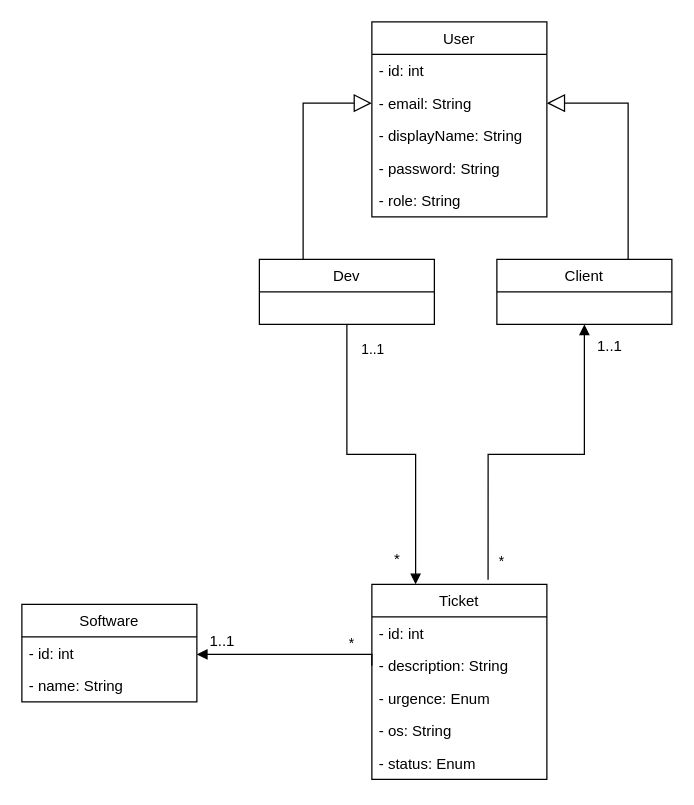
Before: devoir.drawio in neeejm/gest-tickets, a draw.io diagram. Source tidied: cells renumbered, new cells numbered last; positions are measured from the earlier drawing's top-left corner, leaving out a move shared by most shapes. Both pictures are drawn from the tidied source at 125%, with x=0, y=0 at pixel (21, 21).
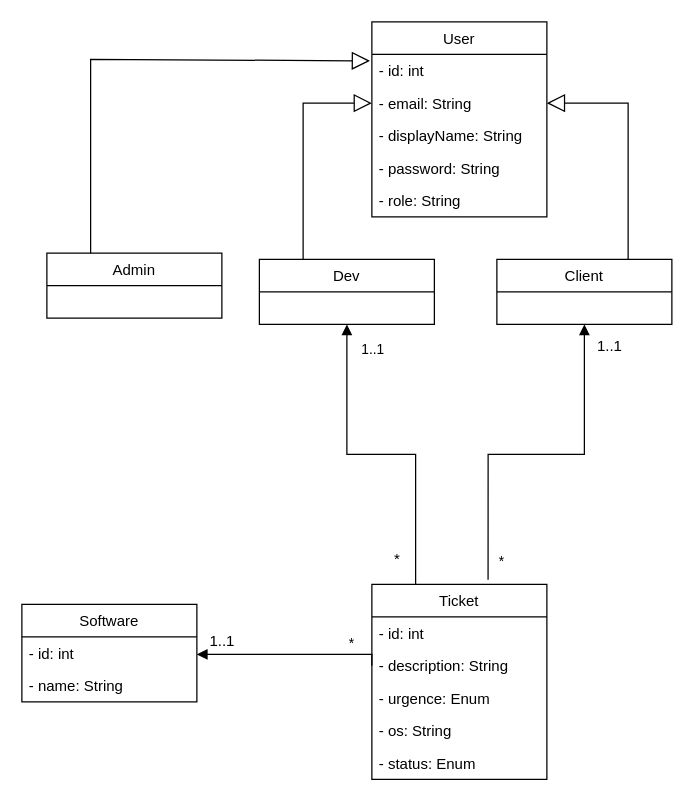
The same page after the edit.

The change refers to these unchanged cells:
```xml
<mxCell id="3" value="- id: int" style="text;strokeColor=none;fillColor=none;align=left;verticalAlign=top;spacingLeft=4;spacingRight=4;overflow=hidden;points=[[0,0.5],[1,0.5]];portConstraint=eastwest;" parent="2" vertex="1">
  <mxGeometry y="26" width="140" height="26" as="geometry" />
</mxCell>
<mxCell id="11" value="Ticket" style="swimlane;fontStyle=0;horizontal=1;startSize=26;fillColor=none;" parent="1" vertex="1">
  <mxGeometry x="280" y="450" width="140" height="156" as="geometry" />
</mxCell>
<mxCell id="20" value="Dev" style="swimlane;fontStyle=0;horizontal=1;startSize=26;fillColor=none;" parent="1" vertex="1">
  <mxGeometry x="190" y="190" width="140" height="52" as="geometry" />
</mxCell>
```

What changed in the source:
```diff
@@
-    <mxCell id="24" style="endArrow=block;endFill=1;html=1;edgeStyle=orthogonalEdgeStyle;align=left;verticalAlign=top;rounded=0;entryX=0.25;entryY=0;entryDx=0;entryDy=0;exitX=0.5;exitY=1;exitDx=0;exitDy=0;" parent="1" edge="1" source="20" target="11">
+    <mxCell id="24" style="endArrow=block;endFill=1;html=1;edgeStyle=orthogonalEdgeStyle;align=left;verticalAlign=top;rounded=0;entryX=0.5;entryY=1;entryDx=0;entryDy=0;exitX=0.25;exitY=0;exitDx=0;exitDy=0;" parent="1" edge="1" source="11" target="20">
       <mxGeometry x="-1" relative="1" as="geometry" />
     </mxCell>
     <mxCell id="25" value="1..1" style="edgeLabel;html=1;align=left;verticalAlign=bottom;" parent="24" vertex="1">
       <mxGeometry x="-1" relative="1" as="geometry">
-        <mxPoint x="10" y="28" as="offset" />
+        <mxPoint x="-45" y="-180" as="offset" />
       </mxGeometry>
     </mxCell>
@@
+    <mxCell id="30" value="Admin" style="swimlane;fontStyle=0;horizontal=1;startSize=26;fillColor=none;" parent="1" vertex="1">
+      <mxGeometry x="20" y="185" width="140" height="52" as="geometry" />
+    </mxCell>
+    <mxCell id="31" style="endArrow=block;endFill=0;endSize=12;html=1;rounded=0;entryX=-0.011;entryY=0.2;entryDx=0;entryDy=0;exitX=0.25;exitY=0;exitDx=0;exitDy=0;entryPerimeter=0;" parent="1" edge="1" source="30" target="3">
+      <mxGeometry relative="1" as="geometry">
+        <Array as="points">
+          <mxPoint x="55" y="30" />
+        </Array>
+      </mxGeometry>
+    </mxCell>
```
